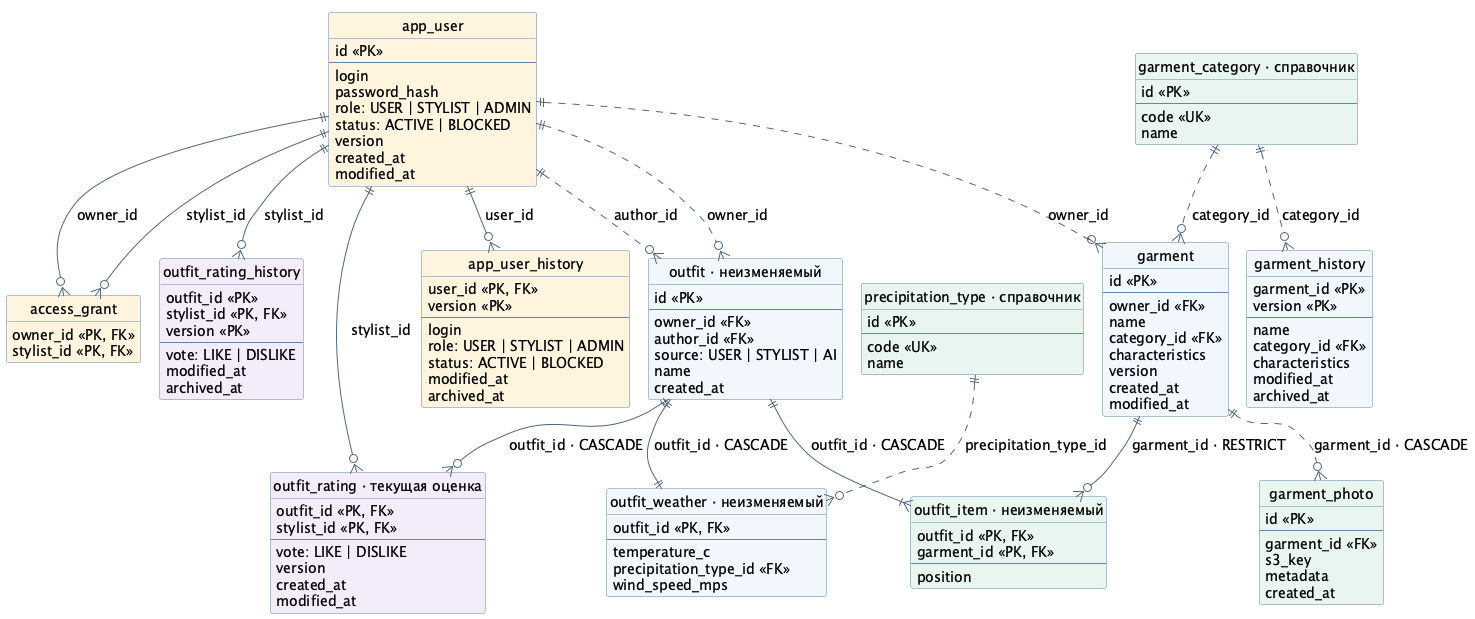
This is docs/domain.png from SimeonGor/clothes-advisor, a PlantUML export, as it was before one commit. Its diagram source:
```plantuml
@startuml domain
!pragma layout smetana
top to bottom direction
skinparam backgroundColor #FFFFFF
skinparam defaultFontName SansSerif
skinparam defaultFontSize 14
skinparam shadowing false
skinparam linetype ortho
skinparam ArrowColor #52677F
skinparam nodesep 40
skinparam ranksep 80
skinparam classBackgroundColor #F0F6FC
skinparam classBorderColor #6485AD
skinparam classAttributeIconSize 0
hide methods
hide circle

entity "app_user" as user #FFF5DF {
  id <<PK>>
  --
  login
  password_hash
  role: USER | STYLIST | ADMIN
  status: ACTIVE | BLOCKED
  version
  created_at
  modified_at
}
entity "app_user_history" as user_history #FFF5DF {
  user_id <<PK, FK>>
  version <<PK>>
  --
  login
  role: USER | STYLIST | ADMIN
  status: ACTIVE | BLOCKED
  modified_at
  archived_at
}
entity "access_grant" as access #FFF5DF {
  owner_id <<PK, FK>>
  stylist_id <<PK, FK>>
}
entity "garment_category · справочник" as category #E8F5EF {
  id <<PK>>
  --
  code <<UK>>
  name
}
entity "garment" as garment {
  id <<PK>>
  --
  owner_id <<FK>>
  name
  category_id <<FK>>
  characteristics
  version
  created_at
  modified_at
}
entity "garment_history" as garment_history {
  garment_id <<PK>>
  version <<PK>>
  --
  name
  category_id <<FK>>
  characteristics
  modified_at
  archived_at
}
entity "garment_photo" as photo #E8F5EF {
  id <<PK>>
  --
  garment_id <<FK>>
  s3_key
  metadata
  created_at
}
entity "outfit · неизменяемый" as outfit {
  id <<PK>>
  --
  owner_id <<FK>>
  author_id <<FK>>
  source: USER | STYLIST | AI
  name
  created_at
}
entity "outfit_weather · неизменяемый" as weather {
  outfit_id <<PK, FK>>
  --
  temperature_c
  precipitation_type_id <<FK>>
  wind_speed_mps
}
entity "precipitation_type · справочник" as precipitation #E8F5EF {
  id <<PK>>
  --
  code <<UK>>
  name
}
entity "outfit_item · неизменяемый" as item #E8F5EF {
  outfit_id <<PK, FK>>
  garment_id <<PK, FK>>
  --
  position
}
entity "outfit_rating · текущая оценка" as rating #F2EDFB {
  outfit_id <<PK, FK>>
  stylist_id <<PK, FK>>
  --
  vote: LIKE | DISLIKE
  version
  created_at
  modified_at
}
entity "outfit_rating_history" as rating_history #F2EDFB {
  outfit_id <<PK>>
  stylist_id <<PK, FK>>
  version <<PK>>
  --
  vote: LIKE | DISLIKE
  modified_at
  archived_at
}

user ||--o{ user_history : user_id
user ||--o{ access : owner_id
user ||--o{ access : stylist_id
user ||..o{ garment : owner_id
user ||..o{ outfit : owner_id
user ||..o{ outfit : author_id
user ||--o{ rating : stylist_id
user ||--o{ rating_history : stylist_id
category ||..o{ garment : category_id
category ||..o{ garment_history : category_id
garment ||..o{ photo : garment_id · CASCADE
outfit ||--|| weather : outfit_id · CASCADE
precipitation ||..o{ weather : precipitation_type_id
outfit ||--|{ item : outfit_id · CASCADE
garment ||--o{ item : garment_id · RESTRICT
outfit ||--o{ rating : outfit_id · CASCADE

@enduml
```
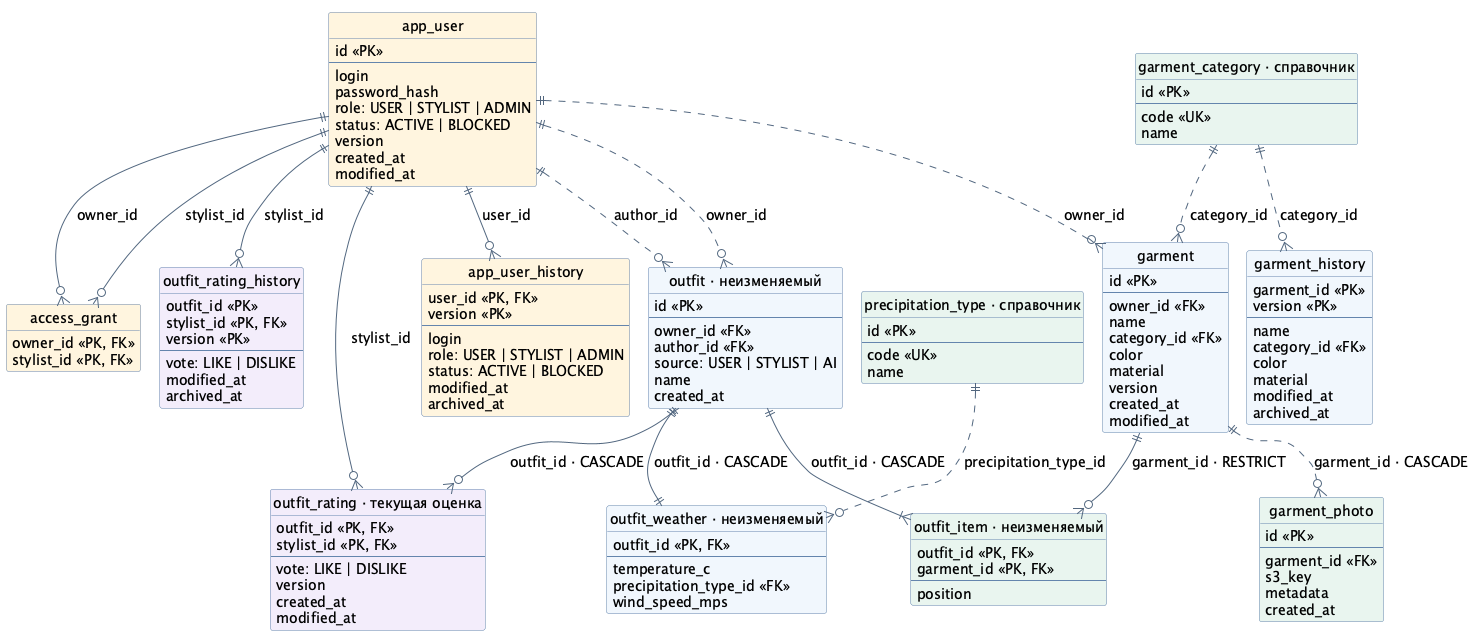
After the change.

Diff of the diagram source:
```diff
@@ -52,7 +52,8 @@
   owner_id <<FK>>
   name
   category_id <<FK>>
-  characteristics
+  color
+  material
   version
   created_at
   modified_at
@@ -63,7 +64,8 @@
   --
   name
   category_id <<FK>>
-  characteristics
+  color
+  material
   modified_at
   archived_at
 }
```
